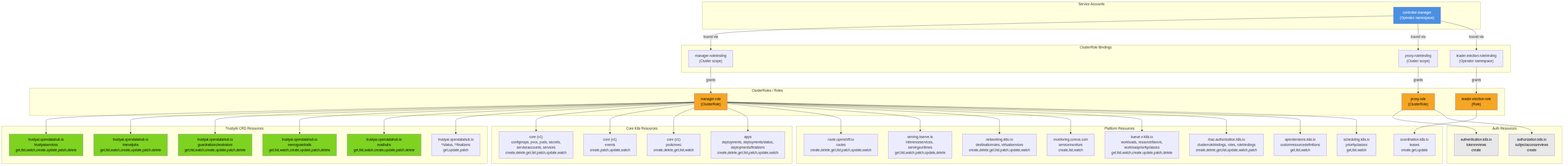
Before: architecture/rhoai-3.4-ea.1/diagrams/trustyai-service-operator-rbac.png, a diagram exported from Mermaid (rhuss/architecture-context). Its source is kept beside it as architecture/rhoai-3.4-ea.1/diagrams/trustyai-service-operator-rbac.mmd. Its diagram source:
```mermaid

graph TD
    subgraph "Service Accounts"
        SA["controller-manager<br/>(Operator namespace)"]
    end

    subgraph "ClusterRole Bindings"
        CRB_MGR["manager-rolebinding<br/>(Cluster scope)"]
        CRB_PROXY["proxy-rolebinding<br/>(Cluster scope)"]
        RB_LEADER["leader-election-rolebinding<br/>(Operator namespace)"]
    end

    subgraph "ClusterRoles / Roles"
        CR_MGR["manager-role<br/>(ClusterRole)"]
        CR_PROXY["proxy-role<br/>(ClusterRole)"]
        R_LEADER["leader-election-role<br/>(Role)"]
    end

    subgraph "TrustyAI CRD Resources"
        TrustyAISvc["trustyai.opendatahub.io<br/>trustyaiservices<br/>get,list,watch,create,update,patch,delete"]
        LMEvalJobs["trustyai.opendatahub.io<br/>lmevaljobs<br/>get,list,watch,create,update,patch,delete"]
        GOrch["trustyai.opendatahub.io<br/>guardrailsorchestrators<br/>get,list,watch,create,update,patch,delete"]
        NemoGR["trustyai.opendatahub.io<br/>nemoguardrails<br/>get,list,watch,create,update,patch,delete"]
        EvalHubs["trustyai.opendatahub.io<br/>evalhubs<br/>get,list,watch,create,update,patch,delete"]
        StatusFin["trustyai.opendatahub.io<br/>*/status, */finalizers<br/>get,update,patch"]
    end

    subgraph "Core K8s Resources"
        CoreRes["core (v1)<br/>configmaps, pvcs, pods, secrets,<br/>serviceaccounts, services<br/>create,delete,get,list,patch,update,watch"]
        Events["core (v1)<br/>events<br/>create,patch,update,watch"]
        PodExec["core (v1)<br/>pods/exec<br/>create,delete,get,list,watch"]
        Deployments["apps<br/>deployments, deployments/status,<br/>deployments/finalizers<br/>create,delete,get,list,patch,update,watch"]
    end

    subgraph "Platform Resources"
        Routes["route.openshift.io<br/>routes<br/>create,delete,get,list,patch,update,watch"]
        InfSvc["serving.kserve.io<br/>inferenceservices, servingruntimes<br/>get,list,watch,patch,update,delete"]
        IstioRes["networking.istio.io<br/>destinationrules, virtualservices<br/>create,delete,get,list,patch,update,watch"]
        SvcMon["monitoring.coreos.com<br/>servicemonitors<br/>create,list,watch"]
        KueueRes["kueue.x-k8s.io<br/>workloads, resourceflavors,<br/>workloadpriorityclasses<br/>get,list,watch,create,update,patch,delete"]
        RBACRes["rbac.authorization.k8s.io<br/>clusterrolebindings, roles, rolebindings<br/>create,delete,get,list,update,watch,patch"]
        Leases["coordination.k8s.io<br/>leases<br/>create,get,update"]
        CRDs["apiextensions.k8s.io<br/>customresourcedefinitions<br/>get,list,watch"]
        PriClass["scheduling.k8s.io<br/>priorityclasses<br/>get,list,watch"]
    end

    subgraph "Auth Resources"
        TokenRev["authentication.k8s.io<br/>tokenreviews<br/>create"]
        SAR["authorization.k8s.io<br/>subjectaccessreviews<br/>create"]
    end

    SA -->|bound via| CRB_MGR
    SA -->|bound via| CRB_PROXY
    SA -->|bound via| RB_LEADER

    CRB_MGR -->|grants| CR_MGR
    CRB_PROXY -->|grants| CR_PROXY
    RB_LEADER -->|grants| R_LEADER

    CR_MGR --> TrustyAISvc
    CR_MGR --> LMEvalJobs
    CR_MGR --> GOrch
    CR_MGR --> NemoGR
    CR_MGR --> EvalHubs
    CR_MGR --> StatusFin
    CR_MGR --> CoreRes
    CR_MGR --> Events
    CR_MGR --> PodExec
    CR_MGR --> Deployments
    CR_MGR --> Routes
    CR_MGR --> InfSvc
    CR_MGR --> IstioRes
    CR_MGR --> SvcMon
    CR_MGR --> KueueRes
    CR_MGR --> RBACRes
    CR_MGR --> CRDs
    CR_MGR --> PriClass

    CR_PROXY --> TokenRev
    CR_PROXY --> SAR

    R_LEADER --> Leases

    style SA fill:#4a90e2,color:#fff
    style CR_MGR fill:#f5a623,color:#000
    style CR_PROXY fill:#f5a623,color:#000
    style R_LEADER fill:#f5a623,color:#000
    style TrustyAISvc fill:#7ed321,color:#000
    style LMEvalJobs fill:#7ed321,color:#000
    style GOrch fill:#7ed321,color:#000
    style NemoGR fill:#7ed321,color:#000
    style EvalHubs fill:#7ed321,color:#000
    style TokenRev fill:#e8e8e8,color:#000
    style SAR fill:#e8e8e8,color:#000
```
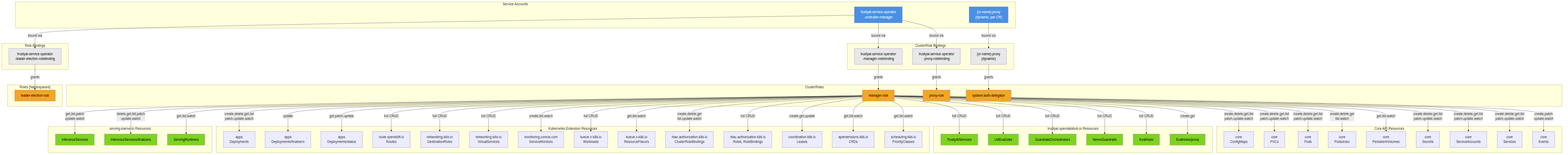
After the commit.

Diff of the diagram source:
```diff
@@ -1,94 +1,133 @@
 
 graph TD
-    subgraph "Service Accounts"
-        SA["controller-manager<br/>(Operator namespace)"]
+    subgraph ServiceAccounts["Service Accounts"]
+        SA["trustyai-service-operator<br/>-controller-manager"]
+        DynSA["{cr-name}-proxy<br/>(dynamic, per CR)"]
     end
 
-    subgraph "ClusterRole Bindings"
-        CRB_MGR["manager-rolebinding<br/>(Cluster scope)"]
-        CRB_PROXY["proxy-rolebinding<br/>(Cluster scope)"]
-        RB_LEADER["leader-election-rolebinding<br/>(Operator namespace)"]
+    subgraph ClusterRoleBindings["ClusterRole Bindings"]
+        CRB1["trustyai-service-operator<br/>-manager-rolebinding"]
+        CRB2["trustyai-service-operator<br/>-proxy-rolebinding"]
+        DynCRB["{cr-name}-proxy<br/>(dynamic)"]
     end
 
-    subgraph "ClusterRoles / Roles"
-        CR_MGR["manager-role<br/>(ClusterRole)"]
-        CR_PROXY["proxy-role<br/>(ClusterRole)"]
-        R_LEADER["leader-election-role<br/>(Role)"]
+    subgraph RoleBindings["Role Bindings"]
+        RB1["trustyai-service-operator<br/>-leader-election-rolebinding"]
     end
 
-    subgraph "TrustyAI CRD Resources"
-        TrustyAISvc["trustyai.opendatahub.io<br/>trustyaiservices<br/>get,list,watch,create,update,patch,delete"]
-        LMEvalJobs["trustyai.opendatahub.io<br/>lmevaljobs<br/>get,list,watch,create,update,patch,delete"]
-        GOrch["trustyai.opendatahub.io<br/>guardrailsorchestrators<br/>get,list,watch,create,update,patch,delete"]
-        NemoGR["trustyai.opendatahub.io<br/>nemoguardrails<br/>get,list,watch,create,update,patch,delete"]
-        EvalHubs["trustyai.opendatahub.io<br/>evalhubs<br/>get,list,watch,create,update,patch,delete"]
-        StatusFin["trustyai.opendatahub.io<br/>*/status, */finalizers<br/>get,update,patch"]
+    subgraph ClusterRoles["ClusterRoles"]
+        CR1["manager-role"]
+        CR2["proxy-role"]
+        CR3["system:auth-delegator"]
     end
 
-    subgraph "Core K8s Resources"
-        CoreRes["core (v1)<br/>configmaps, pvcs, pods, secrets,<br/>serviceaccounts, services<br/>create,delete,get,list,patch,update,watch"]
-        Events["core (v1)<br/>events<br/>create,patch,update,watch"]
-        PodExec["core (v1)<br/>pods/exec<br/>create,delete,get,list,watch"]
-        Deployments["apps<br/>deployments, deployments/status,<br/>deployments/finalizers<br/>create,delete,get,list,patch,update,watch"]
+    subgraph Roles["Roles (Namespaced)"]
+        R1["leader-election-role"]
     end
 
-    subgraph "Platform Resources"
-        Routes["route.openshift.io<br/>routes<br/>create,delete,get,list,patch,update,watch"]
-        InfSvc["serving.kserve.io<br/>inferenceservices, servingruntimes<br/>get,list,watch,patch,update,delete"]
-        IstioRes["networking.istio.io<br/>destinationrules, virtualservices<br/>create,delete,get,list,patch,update,watch"]
-        SvcMon["monitoring.coreos.com<br/>servicemonitors<br/>create,list,watch"]
-        KueueRes["kueue.x-k8s.io<br/>workloads, resourceflavors,<br/>workloadpriorityclasses<br/>get,list,watch,create,update,patch,delete"]
-        RBACRes["rbac.authorization.k8s.io<br/>clusterrolebindings, roles, rolebindings<br/>create,delete,get,list,update,watch,patch"]
-        Leases["coordination.k8s.io<br/>leases<br/>create,get,update"]
-        CRDs["apiextensions.k8s.io<br/>customresourcedefinitions<br/>get,list,watch"]
-        PriClass["scheduling.k8s.io<br/>priorityclasses<br/>get,list,watch"]
+    subgraph CoreAPI["Core API Resources"]
+        ConfigMaps["core<br/>ConfigMaps"]
+        PVCs["core<br/>PVCs"]
+        Pods["core<br/>Pods"]
+        PodsExec["core<br/>Pods/exec"]
+        PVs["core<br/>PersistentVolumes"]
+        Secrets["core<br/>Secrets"]
+        SvcAccts["core<br/>ServiceAccounts"]
+        Services["core<br/>Services"]
+        Events["core<br/>Events"]
     end
 
-    subgraph "Auth Resources"
-        TokenRev["authentication.k8s.io<br/>tokenreviews<br/>create"]
-        SAR["authorization.k8s.io<br/>subjectaccessreviews<br/>create"]
+    subgraph TrustyAIAPI["trustyai.opendatahub.io Resources"]
+        TrustyAISvc["TrustyAIServices"]
+        LMEvalJobs["LMEvalJobs"]
+        GOrchestrators["GuardrailsOrchestrators"]
+        NemoGR["NemoGuardrails"]
+        EvalHubs["EvalHubs"]
+        EvalHubProxy["EvalHubs/proxy"]
     end
 
-    SA -->|bound via| CRB_MGR
-    SA -->|bound via| CRB_PROXY
-    SA -->|bound via| RB_LEADER
+    subgraph K8sExtAPI["Kubernetes Extension Resources"]
+        Deployments["apps<br/>Deployments"]
+        DeployFin["apps<br/>Deployments/finalizers"]
+        DeployStatus["apps<br/>Deployments/status"]
+        Routes["route.openshift.io<br/>Routes"]
+        DestRules["networking.istio.io<br/>DestinationRules"]
+        VirtSvc["networking.istio.io<br/>VirtualServices"]
+        SvcMonitors["monitoring.coreos.com<br/>ServiceMonitors"]
+        Workloads["kueue.x-k8s.io<br/>Workloads"]
+        ResFlavors["kueue.x-k8s.io<br/>ResourceFlavors"]
+        CRBs["rbac.authorization.k8s.io<br/>ClusterRoleBindings"]
+        RolesRes["rbac.authorization.k8s.io<br/>Roles, RoleBindings"]
+        Leases["coordination.k8s.io<br/>Leases"]
+        CRDs["apiextensions.k8s.io<br/>CRDs"]
+        PriorityClasses["scheduling.k8s.io<br/>PriorityClasses"]
+    end
 
-    CRB_MGR -->|grants| CR_MGR
-    CRB_PROXY -->|grants| CR_PROXY
-    RB_LEADER -->|grants| R_LEADER
+    subgraph KServeAPI["serving.kserve.io Resources"]
+        InferSvc["InferenceServices"]
+        InferFin["InferenceServices/finalizers"]
+        ServingRuntimes["ServingRuntimes"]
+    end
 
-    CR_MGR --> TrustyAISvc
-    CR_MGR --> LMEvalJobs
-    CR_MGR --> GOrch
-    CR_MGR --> NemoGR
-    CR_MGR --> EvalHubs
-    CR_MGR --> StatusFin
-    CR_MGR --> CoreRes
-    CR_MGR --> Events
-    CR_MGR --> PodExec
-    CR_MGR --> Deployments
-    CR_MGR --> Routes
-    CR_MGR --> InfSvc
-    CR_MGR --> IstioRes
-    CR_MGR --> SvcMon
-    CR_MGR --> KueueRes
-    CR_MGR --> RBACRes
-    CR_MGR --> CRDs
-    CR_MGR --> PriClass
+    SA -->|"bound via"| CRB1
+    SA -->|"bound via"| CRB2
+    SA -->|"bound via"| RB1
+    DynSA -->|"bound via"| DynCRB
 
-    CR_PROXY --> TokenRev
-    CR_PROXY --> SAR
+    CRB1 -->|"grants"| CR1
+    CRB2 -->|"grants"| CR2
+    RB1 -->|"grants"| R1
+    DynCRB -->|"grants"| CR3
 
-    R_LEADER --> Leases
+    CR1 -->|"create,delete,get,list<br/>patch,update,watch"| ConfigMaps
+    CR1 -->|"create,delete,get,list<br/>patch,update,watch"| PVCs
+    CR1 -->|"create,delete,get,list<br/>patch,update,watch"| Pods
+    CR1 -->|"create,delete,get<br/>list,watch"| PodsExec
+    CR1 -->|"get,list,watch"| PVs
+    CR1 -->|"create,delete,get,list<br/>patch,update,watch"| Secrets
+    CR1 -->|"create,delete,get,list<br/>patch,update,watch"| SvcAccts
+    CR1 -->|"create,delete,get,list<br/>patch,update,watch"| Services
+    CR1 -->|"create,patch<br/>update,watch"| Events
+    CR1 -->|"create,delete,get,list<br/>patch,update,watch"| Deployments
+    CR1 -->|"update"| DeployFin
+    CR1 -->|"get,patch,update"| DeployStatus
+    CR1 -->|"full CRUD"| TrustyAISvc
+    CR1 -->|"full CRUD"| LMEvalJobs
+    CR1 -->|"full CRUD"| GOrchestrators
+    CR1 -->|"full CRUD"| NemoGR
+    CR1 -->|"full CRUD"| EvalHubs
+    CR1 -->|"create,get"| EvalHubProxy
+    CR1 -->|"get,list,patch<br/>update,watch"| InferSvc
+    CR1 -->|"delete,get,list,patch<br/>update,watch"| InferFin
+    CR1 -->|"get,list,watch"| ServingRuntimes
+    CR1 -->|"full CRUD"| Routes
+    CR1 -->|"full CRUD"| DestRules
+    CR1 -->|"full CRUD"| VirtSvc
+    CR1 -->|"create,list,watch"| SvcMonitors
+    CR1 -->|"full CRUD"| Workloads
+    CR1 -->|"get,list,watch"| ResFlavors
+    CR1 -->|"create,delete,get<br/>list,update,watch"| CRBs
+    CR1 -->|"full CRUD"| RolesRes
+    CR1 -->|"create,get,update"| Leases
+    CR1 -->|"get,list,watch"| CRDs
+    CR1 -->|"get,list,watch"| PriorityClasses
 
     style SA fill:#4a90e2,color:#fff
-    style CR_MGR fill:#f5a623,color:#000
-    style CR_PROXY fill:#f5a623,color:#000
-    style R_LEADER fill:#f5a623,color:#000
+    style DynSA fill:#4a90e2,color:#fff
+    style CR1 fill:#f5a623,color:#000
+    style CR2 fill:#f5a623,color:#000
+    style CR3 fill:#f5a623,color:#000
+    style R1 fill:#f5a623,color:#000
+    style CRB1 fill:#e8e8e8,color:#000
+    style CRB2 fill:#e8e8e8,color:#000
+    style DynCRB fill:#e8e8e8,color:#000
+    style RB1 fill:#e8e8e8,color:#000
     style TrustyAISvc fill:#7ed321,color:#000
     style LMEvalJobs fill:#7ed321,color:#000
-    style GOrch fill:#7ed321,color:#000
+    style GOrchestrators fill:#7ed321,color:#000
     style NemoGR fill:#7ed321,color:#000
     style EvalHubs fill:#7ed321,color:#000
-    style TokenRev fill:#e8e8e8,color:#000
-    style SAR fill:#e8e8e8,color:#000
+    style EvalHubProxy fill:#7ed321,color:#000
+    style InferSvc fill:#7ed321,color:#000
+    style InferFin fill:#7ed321,color:#000
+    style ServingRuntimes fill:#7ed321,color:#000
```
